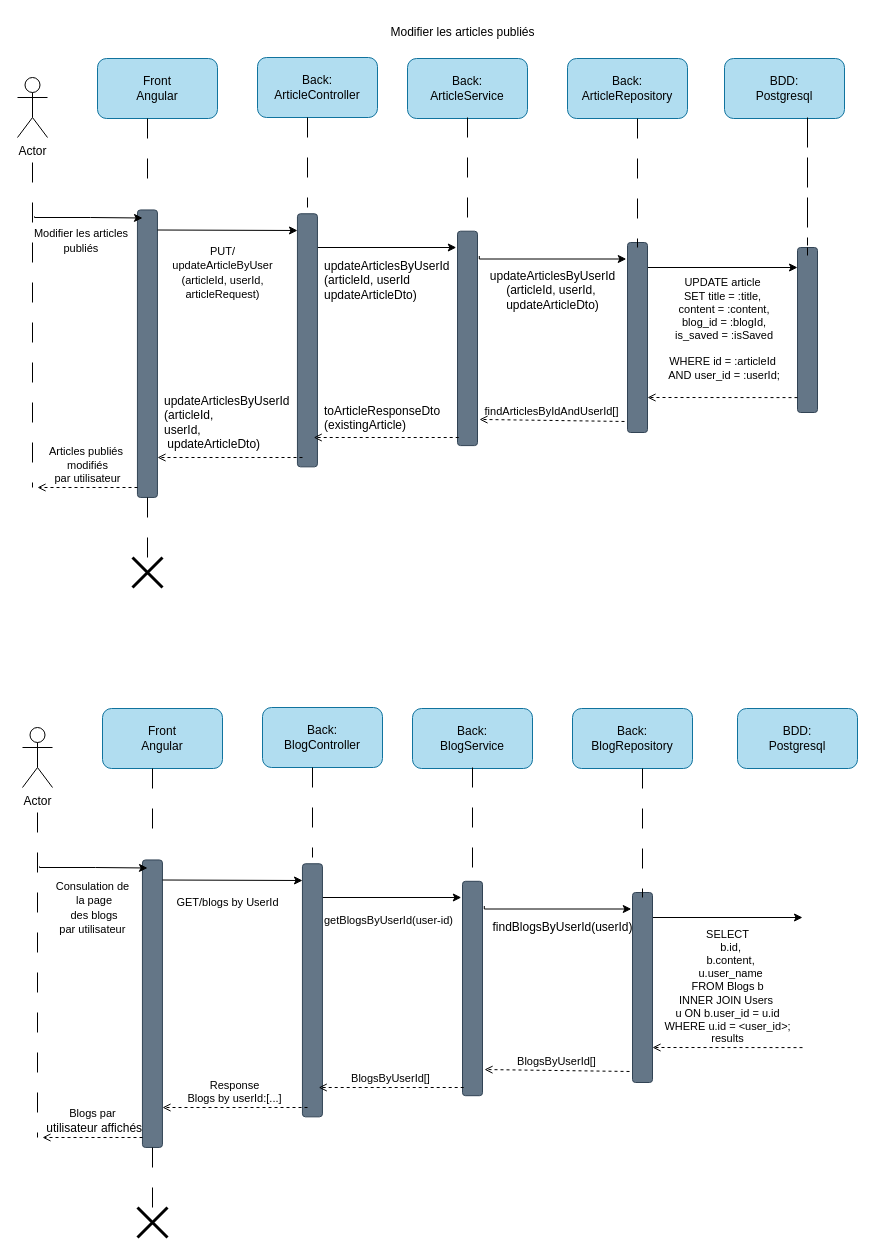
Before: page "Diagramme de séquence" (8 of 9) of Diagramme sans nom.drawio in Ali0908/BDD_UML, a draw.io diagram. Source tidied: cells renumbered, new cells numbered last; positions are measured from the earlier drawing's top-left corner, leaving out a move shared by most shapes. Both pictures are drawn from the tidied source at 100%, with x=0, y=0 at pixel (3, 17).
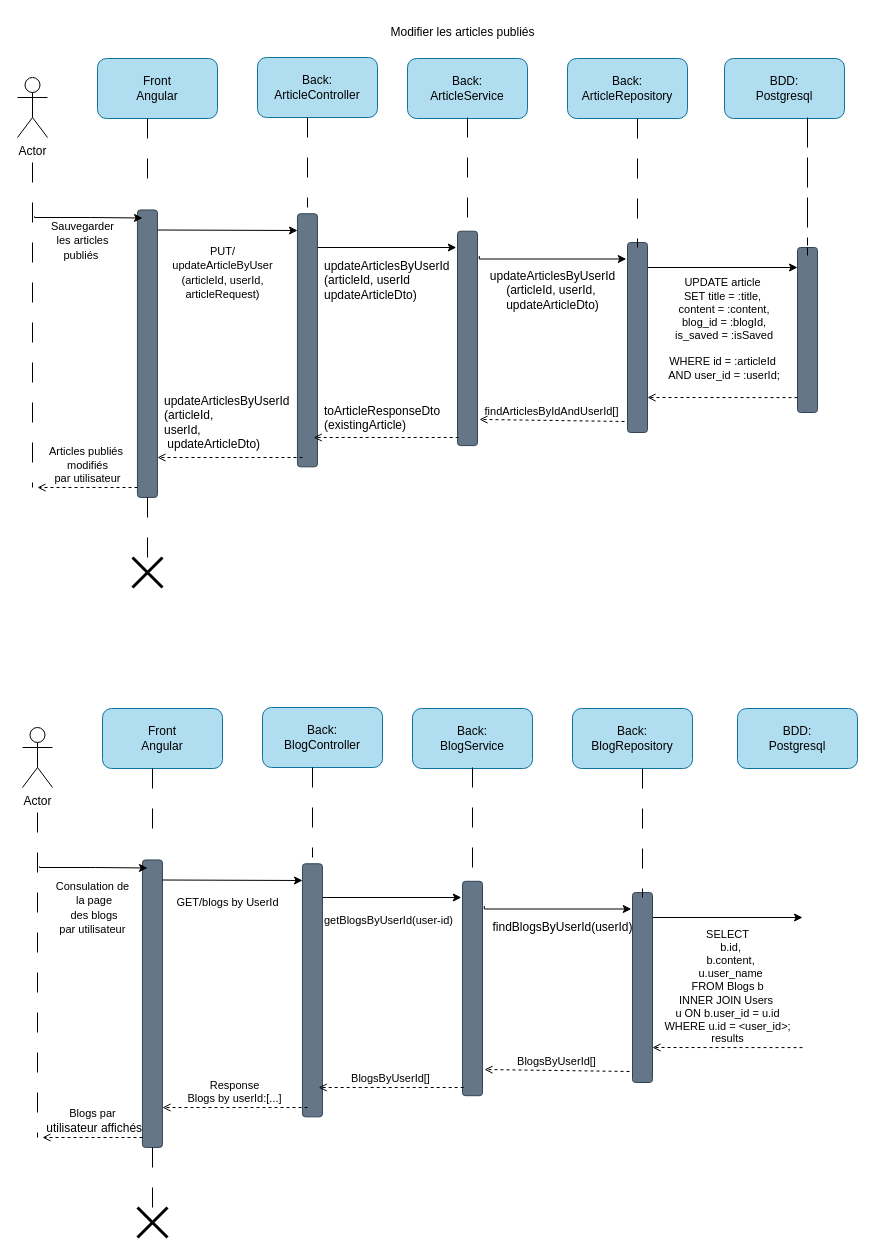
The same page after the edit.

Diff of the diagram source:
```diff
@@
-    <mxCell id="6" value="&lt;span style=&quot;font-size: 11px;&quot;&gt;Modifier les articles&amp;nbsp;&lt;/span&gt;&lt;div&gt;&lt;span style=&quot;font-size: 11px;&quot;&gt;publiés&lt;/span&gt;&amp;nbsp;&lt;/div&gt;" style="text;html=1;align=center;verticalAlign=middle;strokeColor=none;fillColor=none;" parent="1" vertex="1">
-      <mxGeometry x="19" y="202.5" width="120" height="40" as="geometry" />
+    <mxCell id="6" value="&lt;span style=&quot;font-size: 11px;&quot;&gt;Sauvegarder&lt;/span&gt;&lt;div&gt;&lt;span style=&quot;font-size: 11px;&quot;&gt;&amp;nbsp;les articles&amp;nbsp;&lt;/span&gt;&lt;div&gt;&lt;span style=&quot;font-size: 11px;&quot;&gt;publiés&lt;/span&gt;&amp;nbsp;&lt;/div&gt;&lt;/div&gt;" style="text;html=1;align=center;verticalAlign=middle;strokeColor=none;fillColor=none;" parent="1" vertex="1">
+      <mxGeometry x="34" y="192.5" width="90" height="60" as="geometry" />
     </mxCell>
```
